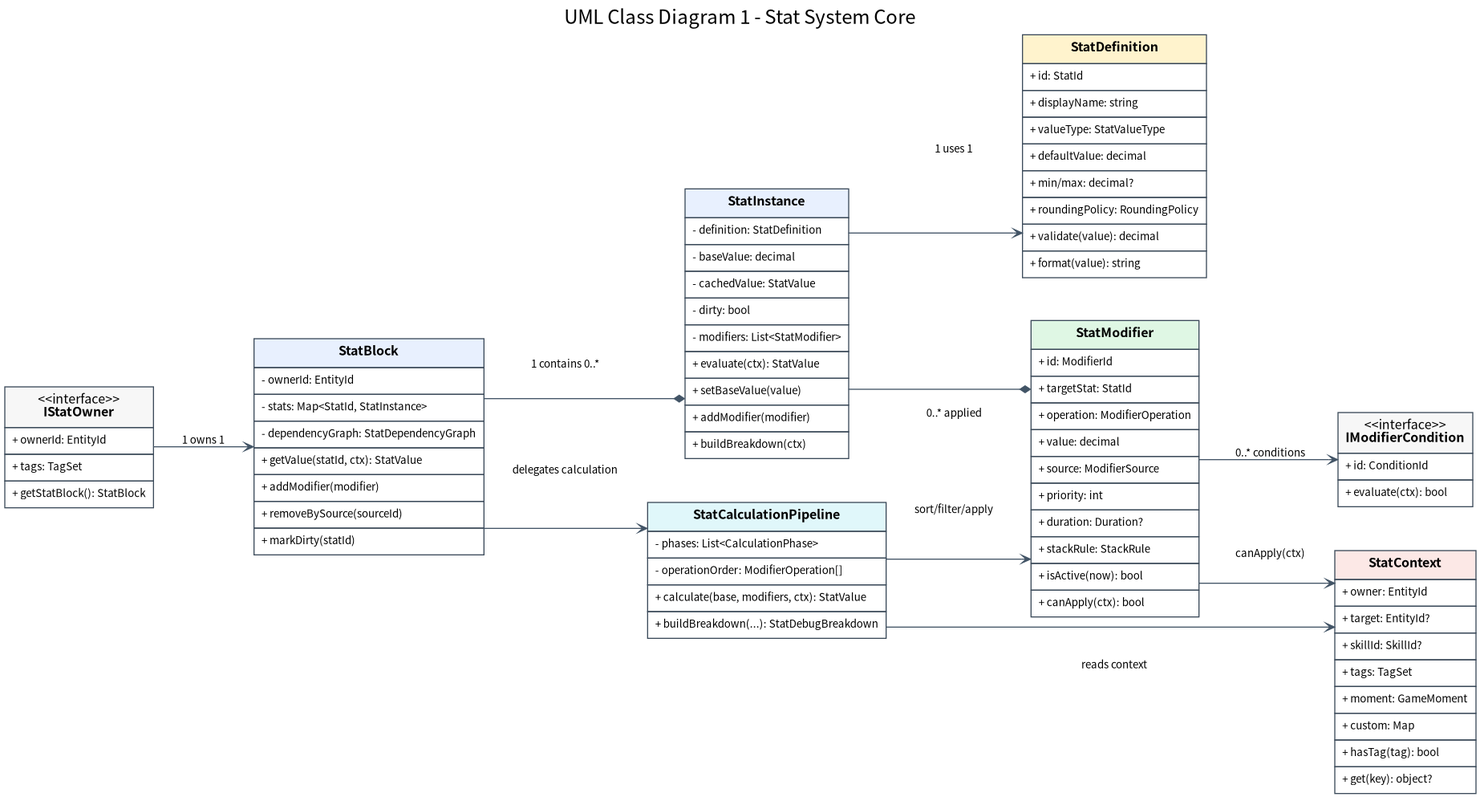
JY-LemongO/game-system-framework-knowledge-site keeps this Graphviz diagram as assets/diagrams/01_core_class_diagram.png. Above is the earlier version. Its source is kept beside it as source/diagrams/01_core_class_diagram.dot.
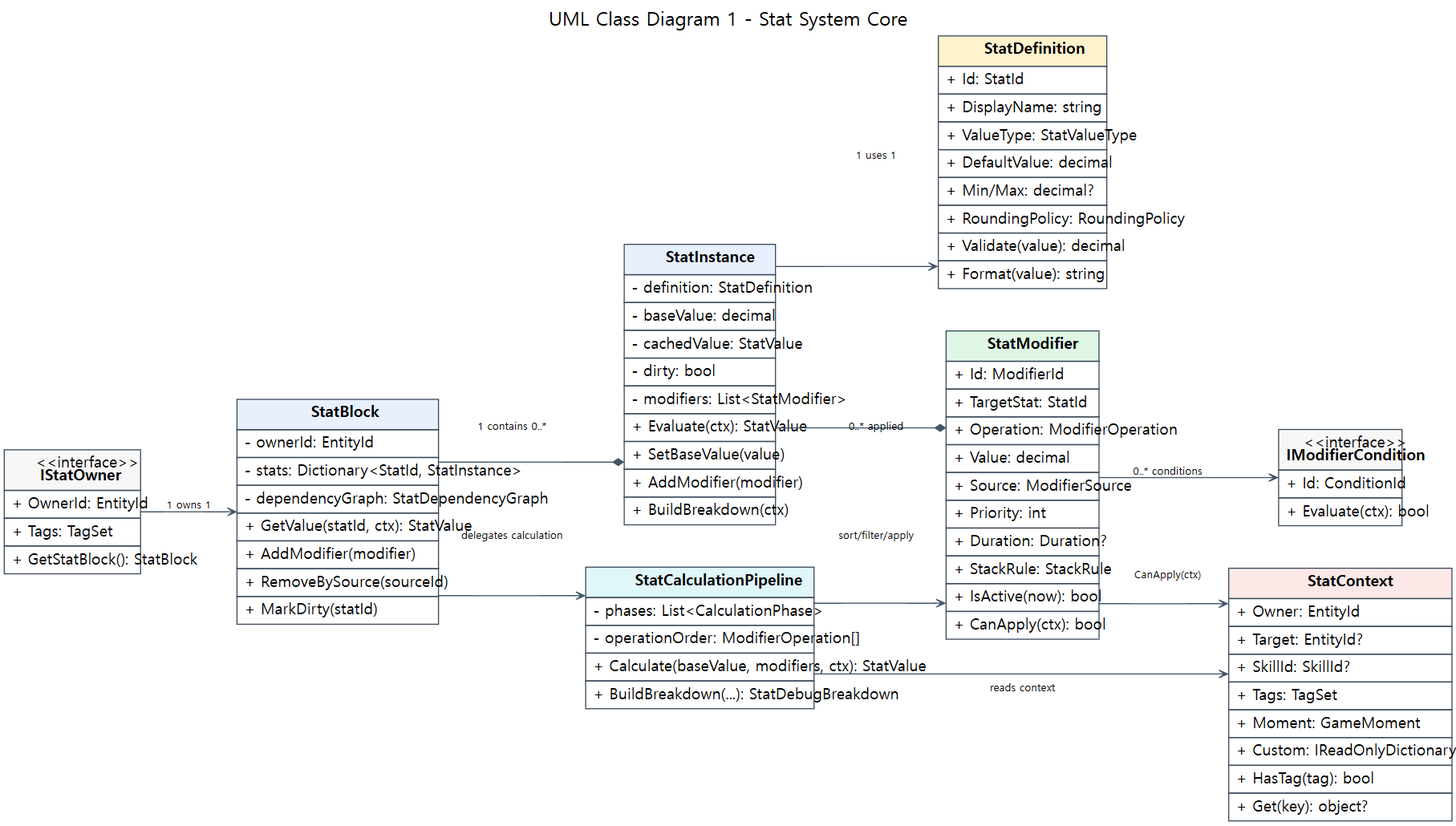
Above is the later version.

Diff of the diagram source:
```diff
@@ -5,57 +5,57 @@
 	IStatOwner [label=<
 <TABLE BORDER="0" CELLBORDER="1" CELLSPACING="0" CELLPADDING="6" COLOR="#3B4A5A">
 <TR><TD BGCOLOR="#F7F7F7"><FONT POINT-SIZE="12">&lt;&lt;interface&gt;&gt;<BR/><B>IStatOwner</B></FONT></TD></TR>
-<TR><TD ALIGN="LEFT"><FONT POINT-SIZE="10">+ ownerId: EntityId</FONT></TD></TR><TR><TD ALIGN="LEFT"><FONT POINT-SIZE="10">+ tags: TagSet</FONT></TD></TR>
-<TR><TD ALIGN="LEFT"><FONT POINT-SIZE="10">+ getStatBlock(): StatBlock</FONT></TD></TR>
+<TR><TD ALIGN="LEFT"><FONT POINT-SIZE="10">+ OwnerId: EntityId</FONT></TD></TR><TR><TD ALIGN="LEFT"><FONT POINT-SIZE="10">+ Tags: TagSet</FONT></TD></TR>
+<TR><TD ALIGN="LEFT"><FONT POINT-SIZE="10">+ GetStatBlock(): StatBlock</FONT></TD></TR>
 </TABLE>
 >]
 	StatBlock [label=<
 <TABLE BORDER="0" CELLBORDER="1" CELLSPACING="0" CELLPADDING="6" COLOR="#3B4A5A">
 <TR><TD BGCOLOR="#E8F0FE"><FONT POINT-SIZE="12"><B>StatBlock</B></FONT></TD></TR>
-<TR><TD ALIGN="LEFT"><FONT POINT-SIZE="10">- ownerId: EntityId</FONT></TD></TR><TR><TD ALIGN="LEFT"><FONT POINT-SIZE="10">- stats: Map&lt;StatId, StatInstance&gt;</FONT></TD></TR><TR><TD ALIGN="LEFT"><FONT POINT-SIZE="10">- dependencyGraph: StatDependencyGraph</FONT></TD></TR>
-<TR><TD ALIGN="LEFT"><FONT POINT-SIZE="10">+ getValue(statId, ctx): StatValue</FONT></TD></TR><TR><TD ALIGN="LEFT"><FONT POINT-SIZE="10">+ addModifier(modifier)</FONT></TD></TR><TR><TD ALIGN="LEFT"><FONT POINT-SIZE="10">+ removeBySource(sourceId)</FONT></TD></TR><TR><TD ALIGN="LEFT"><FONT POINT-SIZE="10">+ markDirty(statId)</FONT></TD></TR>
+<TR><TD ALIGN="LEFT"><FONT POINT-SIZE="10">- ownerId: EntityId</FONT></TD></TR><TR><TD ALIGN="LEFT"><FONT POINT-SIZE="10">- stats: Dictionary&lt;StatId, StatInstance&gt;</FONT></TD></TR><TR><TD ALIGN="LEFT"><FONT POINT-SIZE="10">- dependencyGraph: StatDependencyGraph</FONT></TD></TR>
+<TR><TD ALIGN="LEFT"><FONT POINT-SIZE="10">+ GetValue(statId, ctx): StatValue</FONT></TD></TR><TR><TD ALIGN="LEFT"><FONT POINT-SIZE="10">+ AddModifier(modifier)</FONT></TD></TR><TR><TD ALIGN="LEFT"><FONT POINT-SIZE="10">+ RemoveBySource(sourceId)</FONT></TD></TR><TR><TD ALIGN="LEFT"><FONT POINT-SIZE="10">+ MarkDirty(statId)</FONT></TD></TR>
 </TABLE>
 >]
 	StatInstance [label=<
 <TABLE BORDER="0" CELLBORDER="1" CELLSPACING="0" CELLPADDING="6" COLOR="#3B4A5A">
 <TR><TD BGCOLOR="#E8F0FE"><FONT POINT-SIZE="12"><B>StatInstance</B></FONT></TD></TR>
 <TR><TD ALIGN="LEFT"><FONT POINT-SIZE="10">- definition: StatDefinition</FONT></TD></TR><TR><TD ALIGN="LEFT"><FONT POINT-SIZE="10">- baseValue: decimal</FONT></TD></TR><TR><TD ALIGN="LEFT"><FONT POINT-SIZE="10">- cachedValue: StatValue</FONT></TD></TR><TR><TD ALIGN="LEFT"><FONT POINT-SIZE="10">- dirty: bool</FONT></TD></TR><TR><TD ALIGN="LEFT"><FONT POINT-SIZE="10">- modifiers: List&lt;StatModifier&gt;</FONT></TD></TR>
-<TR><TD ALIGN="LEFT"><FONT POINT-SIZE="10">+ evaluate(ctx): StatValue</FONT></TD></TR><TR><TD ALIGN="LEFT"><FONT POINT-SIZE="10">+ setBaseValue(value)</FONT></TD></TR><TR><TD ALIGN="LEFT"><FONT POINT-SIZE="10">+ addModifier(modifier)</FONT></TD></TR><TR><TD ALIGN="LEFT"><FONT POINT-SIZE="10">+ buildBreakdown(ctx)</FONT></TD></TR>
+<TR><TD ALIGN="LEFT"><FONT POINT-SIZE="10">+ Evaluate(ctx): StatValue</FONT></TD></TR><TR><TD ALIGN="LEFT"><FONT POINT-SIZE="10">+ SetBaseValue(value)</FONT></TD></TR><TR><TD ALIGN="LEFT"><FONT POINT-SIZE="10">+ AddModifier(modifier)</FONT></TD></TR><TR><TD ALIGN="LEFT"><FONT POINT-SIZE="10">+ BuildBreakdown(ctx)</FONT></TD></TR>
 </TABLE>
 >]
 	StatDefinition [label=<
 <TABLE BORDER="0" CELLBORDER="1" CELLSPACING="0" CELLPADDING="6" COLOR="#3B4A5A">
 <TR><TD BGCOLOR="#FFF3CD"><FONT POINT-SIZE="12"><B>StatDefinition</B></FONT></TD></TR>
-<TR><TD ALIGN="LEFT"><FONT POINT-SIZE="10">+ id: StatId</FONT></TD></TR><TR><TD ALIGN="LEFT"><FONT POINT-SIZE="10">+ displayName: string</FONT></TD></TR><TR><TD ALIGN="LEFT"><FONT POINT-SIZE="10">+ valueType: StatValueType</FONT></TD></TR><TR><TD ALIGN="LEFT"><FONT POINT-SIZE="10">+ defaultValue: decimal</FONT></TD></TR><TR><TD ALIGN="LEFT"><FONT POINT-SIZE="10">+ min/max: decimal?</FONT></TD></TR><TR><TD ALIGN="LEFT"><FONT POINT-SIZE="10">+ roundingPolicy: RoundingPolicy</FONT></TD></TR>
-<TR><TD ALIGN="LEFT"><FONT POINT-SIZE="10">+ validate(value): decimal</FONT></TD></TR><TR><TD ALIGN="LEFT"><FONT POINT-SIZE="10">+ format(value): string</FONT></TD></TR>
+<TR><TD ALIGN="LEFT"><FONT POINT-SIZE="10">+ Id: StatId</FONT></TD></TR><TR><TD ALIGN="LEFT"><FONT POINT-SIZE="10">+ DisplayName: string</FONT></TD></TR><TR><TD ALIGN="LEFT"><FONT POINT-SIZE="10">+ ValueType: StatValueType</FONT></TD></TR><TR><TD ALIGN="LEFT"><FONT POINT-SIZE="10">+ DefaultValue: decimal</FONT></TD></TR><TR><TD ALIGN="LEFT"><FONT POINT-SIZE="10">+ Min/Max: decimal?</FONT></TD></TR><TR><TD ALIGN="LEFT"><FONT POINT-SIZE="10">+ RoundingPolicy: RoundingPolicy</FONT></TD></TR>
+<TR><TD ALIGN="LEFT"><FONT POINT-SIZE="10">+ Validate(value): decimal</FONT></TD></TR><TR><TD ALIGN="LEFT"><FONT POINT-SIZE="10">+ Format(value): string</FONT></TD></TR>
 </TABLE>
 >]
 	StatModifier [label=<
 <TABLE BORDER="0" CELLBORDER="1" CELLSPACING="0" CELLPADDING="6" COLOR="#3B4A5A">
 <TR><TD BGCOLOR="#DFF7E4"><FONT POINT-SIZE="12"><B>StatModifier</B></FONT></TD></TR>
-<TR><TD ALIGN="LEFT"><FONT POINT-SIZE="10">+ id: ModifierId</FONT></TD></TR><TR><TD ALIGN="LEFT"><FONT POINT-SIZE="10">+ targetStat: StatId</FONT></TD></TR><TR><TD ALIGN="LEFT"><FONT POINT-SIZE="10">+ operation: ModifierOperation</FONT></TD></TR><TR><TD ALIGN="LEFT"><FONT POINT-SIZE="10">+ value: decimal</FONT></TD></TR><TR><TD ALIGN="LEFT"><FONT POINT-SIZE="10">+ source: ModifierSource</FONT></TD></TR><TR><TD ALIGN="LEFT"><FONT POINT-SIZE="10">+ priority: int</FONT></TD></TR><TR><TD ALIGN="LEFT"><FONT POINT-SIZE="10">+ duration: Duration?</FONT></TD></TR><TR><TD ALIGN="LEFT"><FONT POINT-SIZE="10">+ stackRule: StackRule</FONT></TD></TR>
-<TR><TD ALIGN="LEFT"><FONT POINT-SIZE="10">+ isActive(now): bool</FONT></TD></TR><TR><TD ALIGN="LEFT"><FONT POINT-SIZE="10">+ canApply(ctx): bool</FONT></TD></TR>
+<TR><TD ALIGN="LEFT"><FONT POINT-SIZE="10">+ Id: ModifierId</FONT></TD></TR><TR><TD ALIGN="LEFT"><FONT POINT-SIZE="10">+ TargetStat: StatId</FONT></TD></TR><TR><TD ALIGN="LEFT"><FONT POINT-SIZE="10">+ Operation: ModifierOperation</FONT></TD></TR><TR><TD ALIGN="LEFT"><FONT POINT-SIZE="10">+ Value: decimal</FONT></TD></TR><TR><TD ALIGN="LEFT"><FONT POINT-SIZE="10">+ Source: ModifierSource</FONT></TD></TR><TR><TD ALIGN="LEFT"><FONT POINT-SIZE="10">+ Priority: int</FONT></TD></TR><TR><TD ALIGN="LEFT"><FONT POINT-SIZE="10">+ Duration: Duration?</FONT></TD></TR><TR><TD ALIGN="LEFT"><FONT POINT-SIZE="10">+ StackRule: StackRule</FONT></TD></TR>
+<TR><TD ALIGN="LEFT"><FONT POINT-SIZE="10">+ IsActive(now): bool</FONT></TD></TR><TR><TD ALIGN="LEFT"><FONT POINT-SIZE="10">+ CanApply(ctx): bool</FONT></TD></TR>
 </TABLE>
 >]
 	StatContext [label=<
 <TABLE BORDER="0" CELLBORDER="1" CELLSPACING="0" CELLPADDING="6" COLOR="#3B4A5A">
 <TR><TD BGCOLOR="#FCE8E6"><FONT POINT-SIZE="12"><B>StatContext</B></FONT></TD></TR>
-<TR><TD ALIGN="LEFT"><FONT POINT-SIZE="10">+ owner: EntityId</FONT></TD></TR><TR><TD ALIGN="LEFT"><FONT POINT-SIZE="10">+ target: EntityId?</FONT></TD></TR><TR><TD ALIGN="LEFT"><FONT POINT-SIZE="10">+ skillId: SkillId?</FONT></TD></TR><TR><TD ALIGN="LEFT"><FONT POINT-SIZE="10">+ tags: TagSet</FONT></TD></TR><TR><TD ALIGN="LEFT"><FONT POINT-SIZE="10">+ moment: GameMoment</FONT></TD></TR><TR><TD ALIGN="LEFT"><FONT POINT-SIZE="10">+ custom: Map</FONT></TD></TR>
-<TR><TD ALIGN="LEFT"><FONT POINT-SIZE="10">+ hasTag(tag): bool</FONT></TD></TR><TR><TD ALIGN="LEFT"><FONT POINT-SIZE="10">+ get(key): object?</FONT></TD></TR>
+<TR><TD ALIGN="LEFT"><FONT POINT-SIZE="10">+ Owner: EntityId</FONT></TD></TR><TR><TD ALIGN="LEFT"><FONT POINT-SIZE="10">+ Target: EntityId?</FONT></TD></TR><TR><TD ALIGN="LEFT"><FONT POINT-SIZE="10">+ SkillId: SkillId?</FONT></TD></TR><TR><TD ALIGN="LEFT"><FONT POINT-SIZE="10">+ Tags: TagSet</FONT></TD></TR><TR><TD ALIGN="LEFT"><FONT POINT-SIZE="10">+ Moment: GameMoment</FONT></TD></TR><TR><TD ALIGN="LEFT"><FONT POINT-SIZE="10">+ Custom: IReadOnlyDictionary&lt;string, object&gt;</FONT></TD></TR>
+<TR><TD ALIGN="LEFT"><FONT POINT-SIZE="10">+ HasTag(tag): bool</FONT></TD></TR><TR><TD ALIGN="LEFT"><FONT POINT-SIZE="10">+ Get(key): object?</FONT></TD></TR>
 </TABLE>
 >]
 	IModifierCondition [label=<
 <TABLE BORDER="0" CELLBORDER="1" CELLSPACING="0" CELLPADDING="6" COLOR="#3B4A5A">
 <TR><TD BGCOLOR="#F7F7F7"><FONT POINT-SIZE="12">&lt;&lt;interface&gt;&gt;<BR/><B>IModifierCondition</B></FONT></TD></TR>
-<TR><TD ALIGN="LEFT"><FONT POINT-SIZE="10">+ id: ConditionId</FONT></TD></TR>
-<TR><TD ALIGN="LEFT"><FONT POINT-SIZE="10">+ evaluate(ctx): bool</FONT></TD></TR>
+<TR><TD ALIGN="LEFT"><FONT POINT-SIZE="10">+ Id: ConditionId</FONT></TD></TR>
+<TR><TD ALIGN="LEFT"><FONT POINT-SIZE="10">+ Evaluate(ctx): bool</FONT></TD></TR>
 </TABLE>
 >]
 	CalculationPipeline [label=<
 <TABLE BORDER="0" CELLBORDER="1" CELLSPACING="0" CELLPADDING="6" COLOR="#3B4A5A">
 <TR><TD BGCOLOR="#E0F7FA"><FONT POINT-SIZE="12"><B>StatCalculationPipeline</B></FONT></TD></TR>
 <TR><TD ALIGN="LEFT"><FONT POINT-SIZE="10">- phases: List&lt;CalculationPhase&gt;</FONT></TD></TR><TR><TD ALIGN="LEFT"><FONT POINT-SIZE="10">- operationOrder: ModifierOperation[]</FONT></TD></TR>
-<TR><TD ALIGN="LEFT"><FONT POINT-SIZE="10">+ calculate(base, modifiers, ctx): StatValue</FONT></TD></TR><TR><TD ALIGN="LEFT"><FONT POINT-SIZE="10">+ buildBreakdown(...): StatDebugBreakdown</FONT></TD></TR>
+<TR><TD ALIGN="LEFT"><FONT POINT-SIZE="10">+ Calculate(baseValue, modifiers, ctx): StatValue</FONT></TD></TR><TR><TD ALIGN="LEFT"><FONT POINT-SIZE="10">+ BuildBreakdown(...): StatDebugBreakdown</FONT></TD></TR>
 </TABLE>
 >]
 	IStatOwner -> StatBlock [label="1 owns 1" arrowhead=vee]
@@ -65,6 +65,6 @@
 	StatModifier -> IModifierCondition [label="0..* conditions" arrowhead=vee]
 	StatBlock -> CalculationPipeline [label="delegates calculation" arrowhead=vee]
 	CalculationPipeline -> StatContext [label="reads context" arrowhead=vee]
-	StatModifier -> StatContext [label="canApply(ctx)" arrowhead=vee]
+	StatModifier -> StatContext [label="CanApply(ctx)" arrowhead=vee]
 	CalculationPipeline -> StatModifier [label="sort/filter/apply" arrowhead=vee]
 }
```
